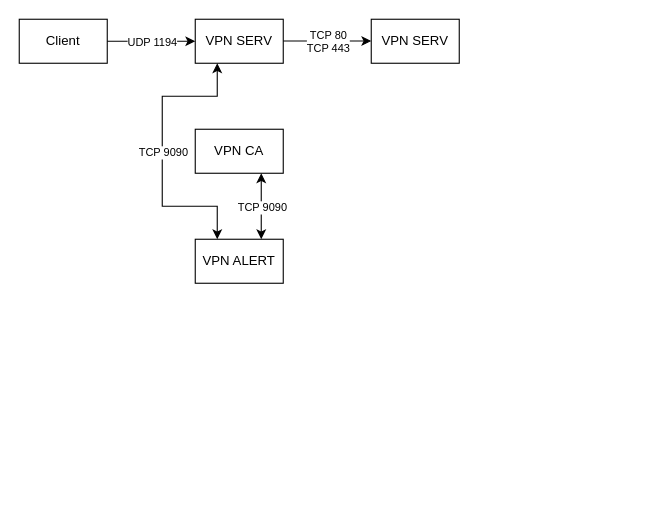
Above: openvpn-scheme.drawio in jahra5ta/learning (draw.io), before the change. Source tidied: cells renumbered, new cells numbered last; positions are measured from the earlier drawing's top-left corner, leaving out a move shared by most shapes. Both pictures are drawn from the tidied source at 110%, with x=0, y=0 at pixel (19, 19).
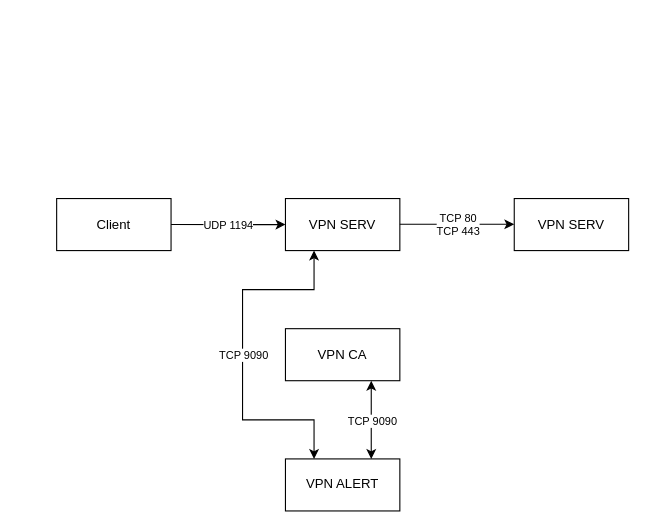
The same diagram, later.

Change to the diagram source:
```diff
@@
+    <mxCell id="15" style="group;" parent="1" vertex="1">
+      <mxGeometry x="34" y="163" width="520" height="284" as="geometry" />
+    </mxCell>
-    <mxCell id="2" value="Client" style="rounded=0;whiteSpace=wrap;html=1;" parent="1" vertex="1">
-      <mxGeometry width="80" height="40" as="geometry" />
+    <mxCell id="2" value="Client" style="rounded=0;whiteSpace=wrap;html=1;" parent="15" vertex="1">
+      <mxGeometry width="104" height="47.3" as="geometry" />
     </mxCell>
-    <mxCell id="3" value="VPN SERV" style="rounded=0;whiteSpace=wrap;html=1;" parent="1" vertex="1">
-      <mxGeometry x="160" width="80" height="40" as="geometry" />
+    <mxCell id="3" value="VPN SERV" style="rounded=0;whiteSpace=wrap;html=1;" parent="15" vertex="1">
+      <mxGeometry x="208" width="104" height="47.3" as="geometry" />
     </mxCell>
-    <mxCell id="4" value="VPN CA" style="rounded=0;whiteSpace=wrap;html=1;" parent="1" vertex="1">
-      <mxGeometry x="160" y="100" width="80" height="40" as="geometry" />
+    <mxCell id="4" value="VPN CA" style="rounded=0;whiteSpace=wrap;html=1;" parent="15" vertex="1">
+      <mxGeometry x="208" y="118.3" width="104" height="47.3" as="geometry" />
     </mxCell>
-    <mxCell id="5" value="VPN ALERT" style="rounded=0;whiteSpace=wrap;html=1;" parent="1" vertex="1">
-      <mxGeometry x="160" y="200" width="80" height="40" as="geometry" />
+    <mxCell id="5" value="VPN ALERT" style="rounded=0;whiteSpace=wrap;html=1;" parent="15" vertex="1">
+      <mxGeometry x="208" y="236.7" width="104" height="47.3" as="geometry" />
     </mxCell>
-    <mxCell id="6" style="endArrow=classic;html=1;rounded=0;exitX=1;exitY=0.5;exitDx=0;exitDy=0;" parent="1" edge="1" source="2">
+    <mxCell id="6" style="endArrow=classic;html=1;rounded=0;exitX=1;exitY=0.5;exitDx=0;exitDy=0;" parent="15" edge="1" source="2">
       <mxGeometry relative="1" as="geometry">
-        <mxPoint x="160" y="20" as="targetPoint" />
+        <mxPoint x="208" y="23.7" as="targetPoint" />
       </mxGeometry>
     </mxCell>
@@
-    <mxCell id="8" style="endArrow=classic;html=1;rounded=0;edgeStyle=orthogonalEdgeStyle;entryX=0.25;entryY=1;entryDx=0;entryDy=0;startArrow=classic;startFill=1;" parent="1" edge="1" target="3">
+    <mxCell id="8" style="endArrow=classic;html=1;rounded=0;edgeStyle=orthogonalEdgeStyle;entryX=0.25;entryY=1;entryDx=0;entryDy=0;startArrow=classic;startFill=1;" parent="15" edge="1" target="3">
       <mxGeometry relative="1" as="geometry">
-        <mxPoint x="180" y="200" as="sourcePoint" />
+        <mxPoint x="234" y="236.7" as="sourcePoint" />
         <Array as="points">
-          <mxPoint x="180" y="170" />
-          <mxPoint x="130" y="170" />
-          <mxPoint x="130" y="70" />
-          <mxPoint x="180" y="70" />
+          <mxPoint x="234" y="201.2" />
+          <mxPoint x="169" y="201.2" />
+          <mxPoint x="169" y="82.8" />
+          <mxPoint x="234" y="82.8" />
         </Array>
       </mxGeometry>
     </mxCell>
@@
-    <mxCell id="10" style="endArrow=classic;html=1;rounded=0;exitX=0.5;exitY=1;exitDx=0;exitDy=0;endFill=1;startArrow=classic;startFill=1;" parent="1" edge="1">
+    <mxCell id="10" style="endArrow=classic;html=1;rounded=0;exitX=0.5;exitY=1;exitDx=0;exitDy=0;endFill=1;startArrow=classic;startFill=1;" parent="15" edge="1">
       <mxGeometry relative="1" as="geometry">
-        <mxPoint x="220" y="140" as="sourcePoint" />
-        <mxPoint x="220" y="200" as="targetPoint" />
+        <mxPoint x="286" y="165.7" as="sourcePoint" />
+        <mxPoint x="286" y="236.7" as="targetPoint" />
       </mxGeometry>
     </mxCell>
@@
-    <mxCell id="12" value="VPN SERV" style="rounded=0;whiteSpace=wrap;html=1;" parent="1" vertex="1">
-      <mxGeometry x="320" width="80" height="40" as="geometry" />
+    <mxCell id="12" value="VPN SERV" style="rounded=0;whiteSpace=wrap;html=1;" parent="15" vertex="1">
+      <mxGeometry x="416" width="104" height="47.3" as="geometry" />
     </mxCell>
-    <mxCell id="13" style="endArrow=classic;html=1;rounded=0;exitX=1;exitY=0.5;exitDx=0;exitDy=0;" parent="1" edge="1">
+    <mxCell id="13" style="endArrow=classic;html=1;rounded=0;exitX=1;exitY=0.5;exitDx=0;exitDy=0;" parent="15" edge="1">
       <mxGeometry relative="1" as="geometry">
-        <mxPoint x="240" y="19.8" as="sourcePoint" />
-        <mxPoint x="320" y="19.8" as="targetPoint" />
+        <mxPoint x="312" y="23.4" as="sourcePoint" />
+        <mxPoint x="416" y="23.4" as="targetPoint" />
       </mxGeometry>
     </mxCell>
```
